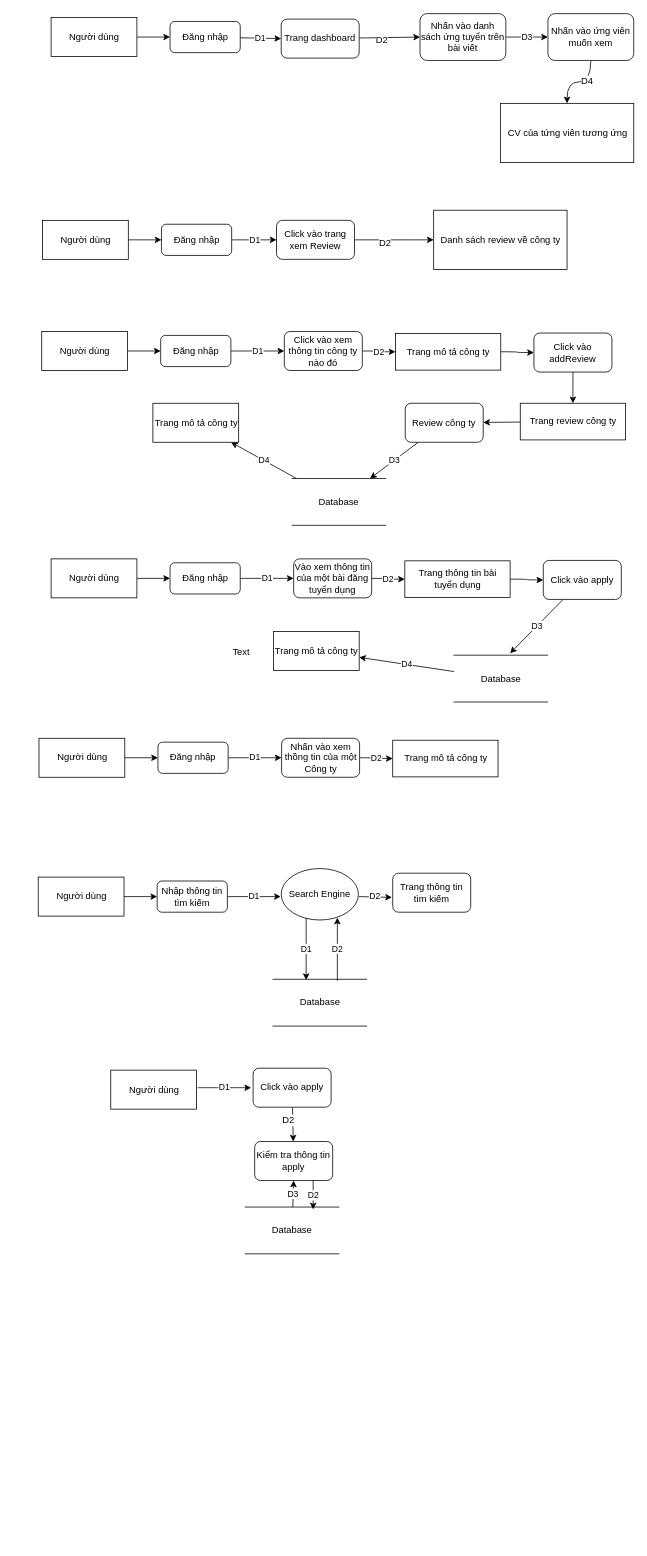
Above: page "DFD" (3 of 6) of Use case Diagram.drawio in vietdqhcmute/DATN (draw.io), before the change. Source tidied: cells renumbered, new cells numbered last; positions are measured from the earlier drawing's top-left corner, leaving out a move shared by most shapes. Both pictures are drawn from the tidied source at 78%, with x=0, y=0 at pixel (38, 13).
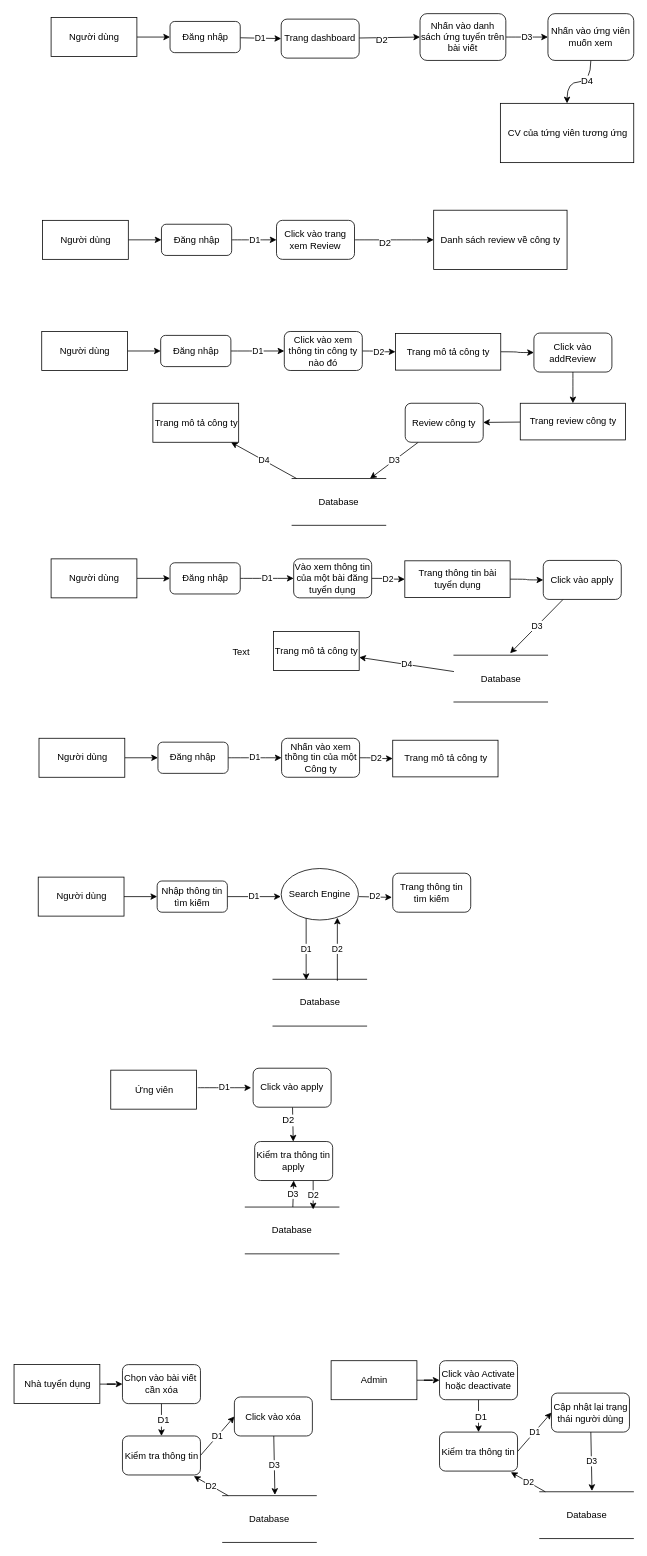
The same diagram, later.

Diff of the diagram source:
```diff
@@
-    <mxCell id="76" value="Người dùng" style="html=1;" parent="1" vertex="1">
+    <mxCell id="76" value="Ứng viên" style="html=1;" parent="1" vertex="1">
       <mxGeometry x="92.5" y="1354.5" width="110" height="50" as="geometry" />
     </mxCell>
@@
+    <mxCell id="87" style="edgeStyle=orthogonalEdgeStyle;rounded=0;jettySize=auto;html=1;entryX=0;entryY=0.5;entryDx=0;entryDy=0;" parent="1" edge="1" source="88" target="98">
+      <mxGeometry relative="1" as="geometry" />
+    </mxCell>
+    <mxCell id="88" value="Nhà tuyển dụng" style="html=1;" parent="1" vertex="1">
+      <mxGeometry x="-31.5" y="1732" width="110" height="50" as="geometry" />
+    </mxCell>
+    <mxCell id="89" style="edgeStyle=none;rounded=0;orthogonalLoop=1;jettySize=auto;html=1;exitX=0;exitY=0.5;exitDx=0;exitDy=0;" parent="1" edge="1">
+      <mxGeometry relative="1" as="geometry">
+        <mxPoint x="124" y="1663" as="sourcePoint" />
+        <mxPoint x="124" y="1663" as="targetPoint" />
+      </mxGeometry>
+    </mxCell>
+    <mxCell id="90" value="D3" style="edgeStyle=none;rounded=0;jettySize=auto;html=1;entryX=0.558;entryY=-0.017;entryDx=0;entryDy=0;entryPerimeter=0;" parent="1" edge="1" source="91" target="93">
+      <mxGeometry relative="1" as="geometry" />
+    </mxCell>
+    <mxCell id="91" value="Click vào xóa" style="rounded=1;whiteSpace=wrap;html=1;" parent="1" vertex="1">
+      <mxGeometry x="251" y="1773.5" width="100" height="50" as="geometry" />
+    </mxCell>
+    <mxCell id="92" value="D2" style="edgeStyle=none;rounded=0;jettySize=auto;html=1;entryX=0.915;entryY=1.03;entryDx=0;entryDy=0;entryPerimeter=0;" parent="1" edge="1" source="93" target="95">
+      <mxGeometry relative="1" as="geometry" />
+    </mxCell>
+    <mxCell id="93" value="Database" style="shape=partialRectangle;whiteSpace=wrap;html=1;left=0;right=0;fillColor=none;" parent="1" vertex="1">
+      <mxGeometry x="236" y="1900" width="120" height="60" as="geometry" />
+    </mxCell>
+    <mxCell id="94" value="D1" style="rounded=0;jettySize=auto;html=1;entryX=0;entryY=0.5;entryDx=0;entryDy=0;exitX=1;exitY=0.5;exitDx=0;exitDy=0;" parent="1" edge="1" source="95" target="91">
+      <mxGeometry relative="1" as="geometry" />
+    </mxCell>
+    <mxCell id="95" value="Kiểm tra thông tin" style="rounded=1;whiteSpace=wrap;html=1;" parent="1" vertex="1">
+      <mxGeometry x="107.5" y="1823.5" width="100" height="50" as="geometry" />
+    </mxCell>
+    <mxCell id="96" style="rounded=0;jettySize=auto;html=1;exitX=0.5;exitY=1;exitDx=0;exitDy=0;entryX=0.5;entryY=0;entryDx=0;entryDy=0;" parent="1" edge="1" source="98" target="95">
+      <mxGeometry relative="1" as="geometry" />
+    </mxCell>
+    <mxCell id="97" value="D1&lt;br&gt;" style="text;html=1;align=center;verticalAlign=middle;labelBackgroundColor=#ffffff;" parent="96" vertex="1">
+      <mxGeometry x="-0.19" y="2" relative="1" as="geometry">
+        <mxPoint y="4" as="offset" />
+      </mxGeometry>
+    </mxCell>
+    <mxCell id="98" value="Chọn vào bài viết&amp;nbsp; cần xóa" style="rounded=1;whiteSpace=wrap;html=1;" parent="1" vertex="1">
+      <mxGeometry x="107.5" y="1732" width="100" height="50" as="geometry" />
+    </mxCell>
+    <mxCell id="99" style="edgeStyle=orthogonalEdgeStyle;rounded=0;jettySize=auto;html=1;entryX=0;entryY=0.5;entryDx=0;entryDy=0;" parent="1" edge="1" source="100" target="109">
+      <mxGeometry relative="1" as="geometry" />
+    </mxCell>
+    <mxCell id="100" value="Admin" style="html=1;" parent="1" vertex="1">
+      <mxGeometry x="375" y="1727" width="110" height="50" as="geometry" />
+    </mxCell>
+    <mxCell id="101" value="D3" style="edgeStyle=none;rounded=0;jettySize=auto;html=1;entryX=0.558;entryY=-0.017;entryDx=0;entryDy=0;entryPerimeter=0;" parent="1" edge="1" source="102" target="104">
+      <mxGeometry relative="1" as="geometry" />
+    </mxCell>
+    <mxCell id="102" value="Cập nhật lại trạng thái người dùng" style="rounded=1;whiteSpace=wrap;html=1;" parent="1" vertex="1">
+      <mxGeometry x="657.5" y="1768.5" width="100" height="50" as="geometry" />
+    </mxCell>
+    <mxCell id="103" value="D2" style="edgeStyle=none;rounded=0;jettySize=auto;html=1;entryX=0.915;entryY=1.03;entryDx=0;entryDy=0;entryPerimeter=0;" parent="1" edge="1" source="104" target="106">
+      <mxGeometry relative="1" as="geometry" />
+    </mxCell>
+    <mxCell id="104" value="Database" style="shape=partialRectangle;whiteSpace=wrap;html=1;left=0;right=0;fillColor=none;" parent="1" vertex="1">
+      <mxGeometry x="642.5" y="1895" width="120" height="60" as="geometry" />
+    </mxCell>
+    <mxCell id="105" value="D1" style="rounded=0;jettySize=auto;html=1;entryX=0;entryY=0.5;entryDx=0;entryDy=0;exitX=1;exitY=0.5;exitDx=0;exitDy=0;" parent="1" edge="1" source="106" target="102">
+      <mxGeometry relative="1" as="geometry" />
+    </mxCell>
+    <mxCell id="106" value="Kiểm tra thông tin" style="rounded=1;whiteSpace=wrap;html=1;" parent="1" vertex="1">
+      <mxGeometry x="514" y="1818.5" width="100" height="50" as="geometry" />
+    </mxCell>
+    <mxCell id="107" style="rounded=0;jettySize=auto;html=1;exitX=0.5;exitY=1;exitDx=0;exitDy=0;entryX=0.5;entryY=0;entryDx=0;entryDy=0;" parent="1" edge="1" source="109" target="106">
+      <mxGeometry relative="1" as="geometry" />
+    </mxCell>
+    <mxCell id="108" value="D1&lt;br&gt;" style="text;html=1;align=center;verticalAlign=middle;labelBackgroundColor=#ffffff;" parent="107" vertex="1">
+      <mxGeometry x="-0.19" y="2" relative="1" as="geometry">
+        <mxPoint y="4" as="offset" />
+      </mxGeometry>
+    </mxCell>
+    <mxCell id="109" value="Click vào Activate hoặc deactivate" style="rounded=1;whiteSpace=wrap;html=1;" parent="1" vertex="1">
+      <mxGeometry x="514" y="1727" width="100" height="50" as="geometry" />
+    </mxCell>
```
